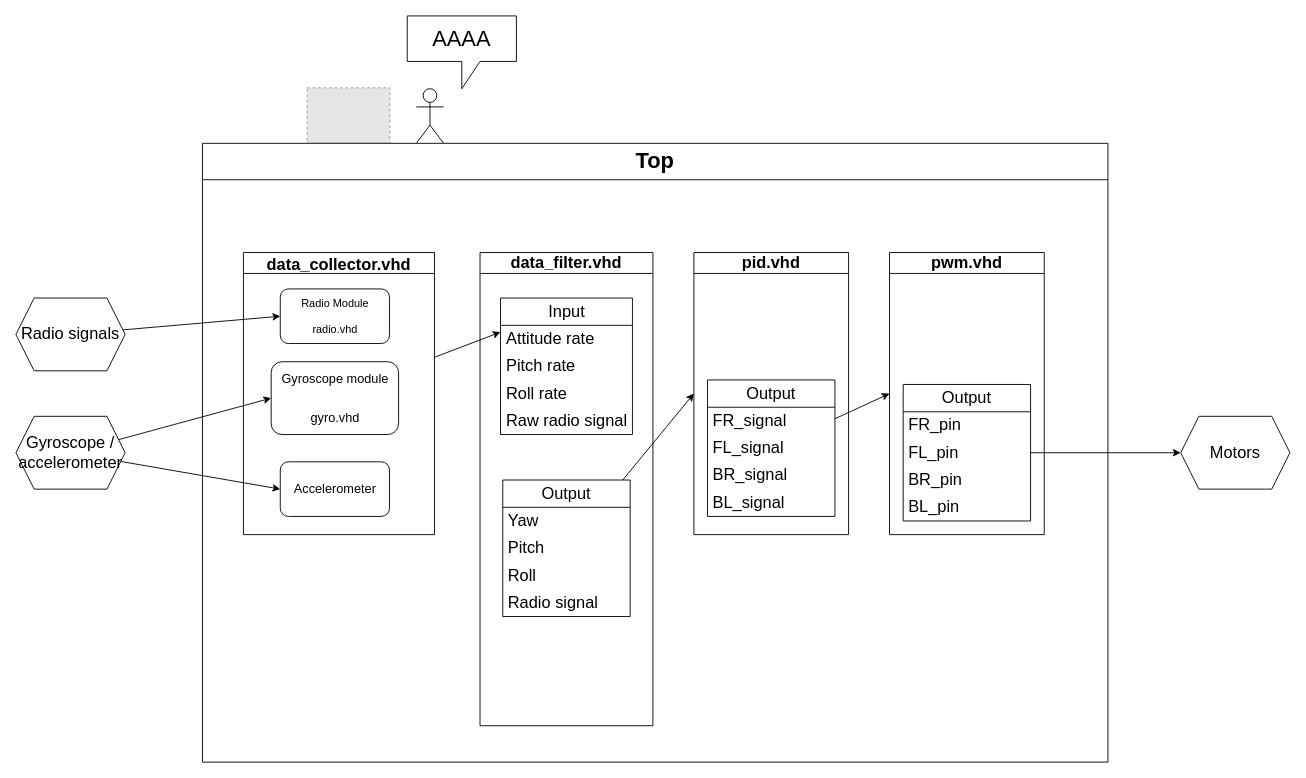
Before: hierarchy.drawio in timonix/FPGAir, a draw.io diagram. Source tidied: cells renumbered, new cells numbered last; positions are measured from the earlier drawing's top-left corner, leaving out a move shared by most shapes. Both pictures are drawn from the tidied source at 91%, with x=0, y=0 at pixel (15, 15). Pictures stored in the file or linked from it are replaced by grey dashed boxes.
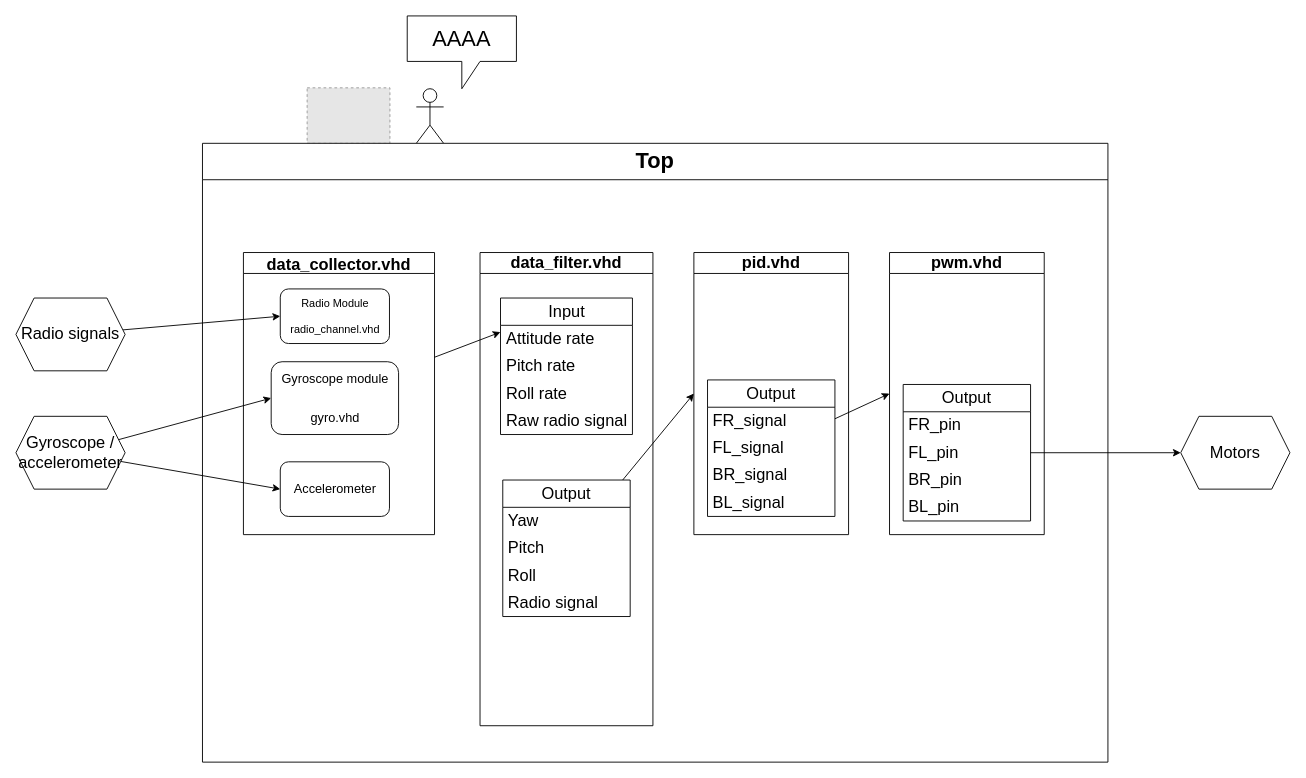
The same page after the edit.

The change refers to these unchanged cells:
```xml
<mxCell id="6" value="&lt;font style=&quot;font-size: 18px;&quot;&gt;data_collector.vhd&lt;/font&gt;" style="swimlane;whiteSpace=wrap;html=1;fontSize=24;startSize=23;" parent="4" vertex="1">
  <mxGeometry x="45" y="120" width="210" height="310" as="geometry" />
</mxCell>
```

The edit, as a diff of the source:
```diff
@@
-    <mxCell id="7" value="Radio Module&lt;br&gt;&lt;br&gt;radio.vhd" style="rounded=1;whiteSpace=wrap;html=1;" parent="6" vertex="1">
+    <mxCell id="7" value="Radio Module&lt;br&gt;&lt;br&gt;radio_channel.vhd" style="rounded=1;whiteSpace=wrap;html=1;" parent="6" vertex="1">
       <mxGeometry x="40.5" y="40" width="120" height="60" as="geometry" />
     </mxCell>
```
